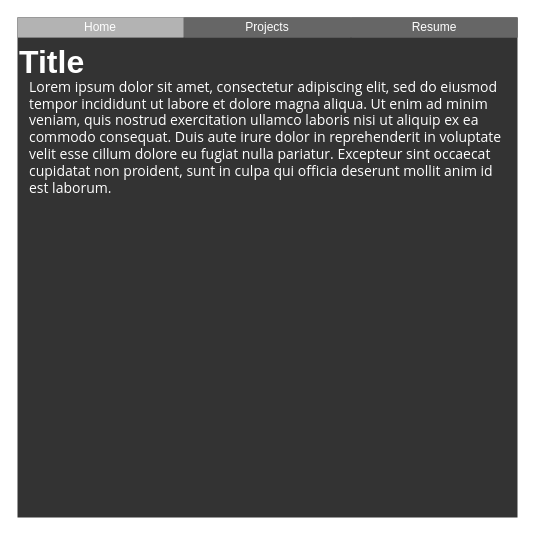
This is jekyllSource/_site/Mockup.drawio from johnboggess/johnboggess.github.io, a draw.io file, before an edit. Source tidied: cells renumbered, new cells numbered last; positions are measured from the earlier drawing's top-left corner, leaving out a move shared by most shapes. Both pictures are drawn from the tidied source at 100%, with x=0, y=0 at pixel (17, 17).
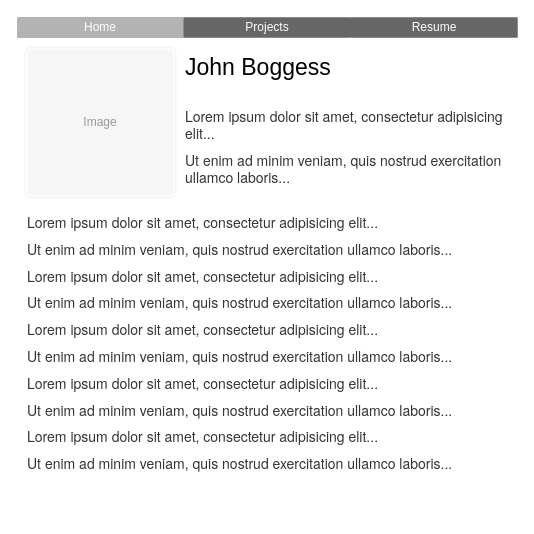
Above is the later version.

What changed in the source:
```diff
@@
 <mxGraphModel>
   <root>
     <mxCell id="0" />
     <mxCell id="1" parent="0" />
-    <mxCell id="2" style="rounded=0;whiteSpace=wrap;html=1;fillColor=#333333;strokeColor=none;" parent="1" vertex="1">
+    <mxCell id="2" style="rounded=0;whiteSpace=wrap;html=1;fillColor=#FFFFFF;strokeColor=none;" parent="1" vertex="1">
       <mxGeometry width="500" height="500" as="geometry" />
     </mxCell>
     <mxCell id="3" style="rounded=0;whiteSpace=wrap;html=1;fillColor=#666666;strokeColor=none;" parent="1" vertex="1">
       <mxGeometry width="500" height="20" as="geometry" />
     </mxCell>
     <mxCell id="4" value="Home" style="rounded=0;whiteSpace=wrap;html=1;fillColor=#B3B3B3;fontColor=#FFFFFF;strokeColor=none;" parent="1" vertex="1">
       <mxGeometry width="166" height="20" as="geometry" />
     </mxCell>
     <mxCell id="5" value="Projects" style="rounded=0;whiteSpace=wrap;html=1;fillColor=#666666;fontColor=#FFFFFF;strokeColor=none;" parent="1" vertex="1">
       <mxGeometry x="167" width="166" height="20" as="geometry" />
     </mxCell>
     <mxCell id="6" value="Resume" style="rounded=0;whiteSpace=wrap;html=1;fillColor=#666666;fontColor=#FFFFFF;strokeColor=none;" parent="1" vertex="1">
       <mxGeometry x="334" width="166" height="20" as="geometry" />
     </mxCell>
-    <mxCell id="7" value="&lt;span style=&quot;font-family: &amp;quot;open sans&amp;quot; , &amp;quot;arial&amp;quot; , sans-serif ; font-size: 14px ; text-align: justify&quot;&gt;Lorem ipsum dolor sit amet, consectetur adipiscing elit, sed do eiusmod tempor incididunt ut labore et dolore magna aliqua. Ut enim ad minim veniam, quis nostrud exercitation ullamco laboris nisi ut aliquip ex ea commodo consequat. Duis aute irure dolor in reprehenderit in voluptate velit esse cillum dolore eu fugiat nulla pariatur. Excepteur sint occaecat cupidatat non proident, sunt in culpa qui officia deserunt mollit anim id est laborum.&lt;/span&gt;" style="rounded=0;whiteSpace=wrap;html=1;fillColor=none;fontColor=#FFFFFF;strokeColor=none;align=left;" parent="1" vertex="1">
-      <mxGeometry x="10" y="70" width="480" height="100" as="geometry" />
-    </mxCell>
-    <mxCell id="8" value="Title" style="text;html=1;strokeColor=none;fillColor=none;align=left;verticalAlign=middle;whiteSpace=wrap;rounded=0;fontColor=#FFFFFF;fontStyle=1;fontSize=32;" parent="1" vertex="1">
-      <mxGeometry y="20" width="500" height="50" as="geometry" />
-    </mxCell>
+    <mxCell id="9" value="Image" style="html=1;shadow=0;dashed=0;shape=mxgraph.bootstrap.image;align=center;rSize=5;strokeColor=#f6f6f6;fillColor=#f6f6f6;fontColor=#999999;strokeWidth=2;whiteSpace=wrap;" parent="1" vertex="1">
+      <mxGeometry x="8" y="30" width="150" height="150" as="geometry" />
+    </mxCell>
+    <mxCell id="10" value="John Boggess&lt;br style=&quot;font-size: 12px&quot;&gt;&lt;p style=&quot;box-sizing: border-box ; margin: 0px 0px 10px ; color: rgb(51 , 51 , 51) ; font-family: &amp;#34;helvetica neue&amp;#34; , &amp;#34;helvetica&amp;#34; , &amp;#34;arial&amp;#34; , sans-serif ; font-size: 14px ; background-color: rgb(255 , 255 , 255)&quot;&gt;&lt;br&gt;&lt;/p&gt;&lt;p style=&quot;box-sizing: border-box ; margin: 0px 0px 10px ; color: rgb(51 , 51 , 51) ; font-family: &amp;#34;helvetica neue&amp;#34; , &amp;#34;helvetica&amp;#34; , &amp;#34;arial&amp;#34; , sans-serif ; font-size: 14px ; background-color: rgb(255 , 255 , 255)&quot;&gt;Lorem ipsum dolor sit amet, consectetur adipisicing elit...&lt;/p&gt;&lt;p style=&quot;box-sizing: border-box ; margin: 0px 0px 10px ; color: rgb(51 , 51 , 51) ; font-family: &amp;#34;helvetica neue&amp;#34; , &amp;#34;helvetica&amp;#34; , &amp;#34;arial&amp;#34; , sans-serif ; font-size: 14px ; background-color: rgb(255 , 255 , 255)&quot;&gt;Ut enim ad minim veniam, quis nostrud exercitation ullamco laboris...&lt;/p&gt;" style="text;html=1;strokeColor=none;fillColor=none;align=left;verticalAlign=top;whiteSpace=wrap;rounded=0;fontSize=23;" parent="1" vertex="1">
+      <mxGeometry x="166" y="30" width="334" height="150" as="geometry" />
+    </mxCell>
+    <mxCell id="11" value="&lt;p style=&quot;box-sizing: border-box ; margin: 0px 0px 10px ; color: rgb(51 , 51 , 51) ; font-family: &amp;#34;helvetica neue&amp;#34; , &amp;#34;helvetica&amp;#34; , &amp;#34;arial&amp;#34; , sans-serif ; font-size: 14px ; background-color: rgb(255 , 255 , 255)&quot;&gt;Lorem ipsum dolor sit amet, consectetur adipisicing elit...&lt;/p&gt;&lt;p style=&quot;box-sizing: border-box ; margin: 0px 0px 10px ; color: rgb(51 , 51 , 51) ; font-family: &amp;#34;helvetica neue&amp;#34; , &amp;#34;helvetica&amp;#34; , &amp;#34;arial&amp;#34; , sans-serif ; font-size: 14px ; background-color: rgb(255 , 255 , 255)&quot;&gt;Ut enim ad minim veniam, quis nostrud exercitation ullamco laboris...&lt;/p&gt;&lt;p style=&quot;box-sizing: border-box ; margin: 0px 0px 10px ; color: rgb(51 , 51 , 51) ; font-family: &amp;#34;helvetica neue&amp;#34; , &amp;#34;helvetica&amp;#34; , &amp;#34;arial&amp;#34; , sans-serif ; font-size: 14px ; background-color: rgb(255 , 255 , 255)&quot;&gt;Lorem ipsum dolor sit amet, consectetur adipisicing elit...&lt;/p&gt;&lt;p style=&quot;box-sizing: border-box ; margin: 0px 0px 10px ; color: rgb(51 , 51 , 51) ; font-family: &amp;#34;helvetica neue&amp;#34; , &amp;#34;helvetica&amp;#34; , &amp;#34;arial&amp;#34; , sans-serif ; font-size: 14px ; background-color: rgb(255 , 255 , 255)&quot;&gt;Ut enim ad minim veniam, quis nostrud exercitation ullamco laboris...&lt;/p&gt;&lt;p style=&quot;box-sizing: border-box ; margin: 0px 0px 10px ; color: rgb(51 , 51 , 51) ; font-family: &amp;#34;helvetica neue&amp;#34; , &amp;#34;helvetica&amp;#34; , &amp;#34;arial&amp;#34; , sans-serif ; font-size: 14px ; background-color: rgb(255 , 255 , 255)&quot;&gt;Lorem ipsum dolor sit amet, consectetur adipisicing elit...&lt;/p&gt;&lt;p style=&quot;box-sizing: border-box ; margin: 0px 0px 10px ; color: rgb(51 , 51 , 51) ; font-family: &amp;#34;helvetica neue&amp;#34; , &amp;#34;helvetica&amp;#34; , &amp;#34;arial&amp;#34; , sans-serif ; font-size: 14px ; background-color: rgb(255 , 255 , 255)&quot;&gt;Ut enim ad minim veniam, quis nostrud exercitation ullamco laboris...&lt;/p&gt;&lt;p style=&quot;box-sizing: border-box ; margin: 0px 0px 10px ; color: rgb(51 , 51 , 51) ; font-family: &amp;#34;helvetica neue&amp;#34; , &amp;#34;helvetica&amp;#34; , &amp;#34;arial&amp;#34; , sans-serif ; font-size: 14px ; background-color: rgb(255 , 255 , 255)&quot;&gt;Lorem ipsum dolor sit amet, consectetur adipisicing elit...&lt;/p&gt;&lt;p style=&quot;box-sizing: border-box ; margin: 0px 0px 10px ; color: rgb(51 , 51 , 51) ; font-family: &amp;#34;helvetica neue&amp;#34; , &amp;#34;helvetica&amp;#34; , &amp;#34;arial&amp;#34; , sans-serif ; font-size: 14px ; background-color: rgb(255 , 255 , 255)&quot;&gt;Ut enim ad minim veniam, quis nostrud exercitation ullamco laboris...&lt;/p&gt;&lt;p style=&quot;box-sizing: border-box ; margin: 0px 0px 10px ; color: rgb(51 , 51 , 51) ; font-family: &amp;#34;helvetica neue&amp;#34; , &amp;#34;helvetica&amp;#34; , &amp;#34;arial&amp;#34; , sans-serif ; font-size: 14px ; background-color: rgb(255 , 255 , 255)&quot;&gt;Lorem ipsum dolor sit amet, consectetur adipisicing elit...&lt;/p&gt;&lt;p style=&quot;box-sizing: border-box ; margin: 0px 0px 10px ; color: rgb(51 , 51 , 51) ; font-family: &amp;#34;helvetica neue&amp;#34; , &amp;#34;helvetica&amp;#34; , &amp;#34;arial&amp;#34; , sans-serif ; font-size: 14px ; background-color: rgb(255 , 255 , 255)&quot;&gt;Ut enim ad minim veniam, quis nostrud exercitation ullamco laboris...&lt;/p&gt;&lt;p style=&quot;box-sizing: border-box ; margin: 0px 0px 10px ; color: rgb(51 , 51 , 51) ; font-family: &amp;#34;helvetica neue&amp;#34; , &amp;#34;helvetica&amp;#34; , &amp;#34;arial&amp;#34; , sans-serif ; font-size: 14px ; background-color: rgb(255 , 255 , 255)&quot;&gt;&lt;br&gt;&lt;/p&gt;" style="text;html=1;strokeColor=none;fillColor=none;align=left;verticalAlign=top;whiteSpace=wrap;rounded=0;fontSize=23;" parent="1" vertex="1">
+      <mxGeometry x="8" y="190" width="492" height="270" as="geometry" />
+    </mxCell>
   </root>
 </mxGraphModel>
```
